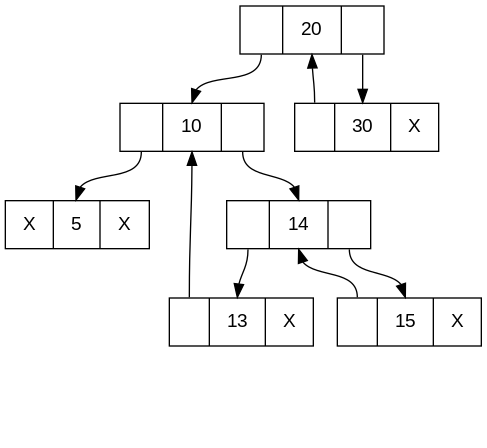
Above: diagram.png in radwanCS/Data-Structure-Visualization-with-Graphviz (Graphviz), before the change. Its source is kept beside it as diagram.dot.
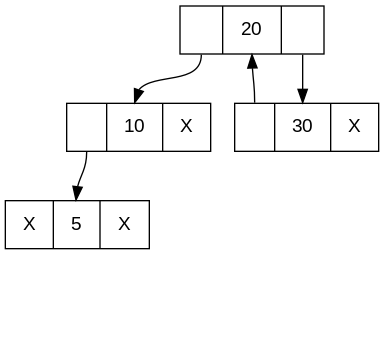
Above is the later version.

Commit message:
node counting operation for left threaded tree

Change to the diagram source:
```diff
@@ -1,32 +1,20 @@
 digraph LTBT{
 	node [fontname="Arial", shape=record, height=0.5, width=1.5];
 	20 [label="<left> |<data> 20 |<right> "];
-	10 [label="<left> |<data> 10 |<right> "];
+	10 [label="<left> |<data> 10 |<right> X"];
 	30 [label="<left> |<data> 30 |<right> X"];
 	5 [label="<left> X|<data> 5 |<right> X"];
-	14 [label="<left> |<data> 14 |<right> "];
 	20 [label="<left> |<data> 20 |<right> "];
-	13 [label="<left> |<data> 13 |<right> X"];
-	15 [label="<left> |<data> 15 |<right> X"];
-	10 [label="<left> |<data> 10 |<right> "];
-	30 [label="<left> |<data> 30 |<right> X"];
 	20:left -> 10:data;
 	20:right -> 30:data;
 	10:left -> 5:data;
-	10:right -> 14:data;
 	NULL1 [shape=point style=invis];
-	5:left -> NULL1 [style=invis];
+	10:right -> NULL1 [style=invis];
 	NULL2 [shape=point style=invis];
-	5:right -> NULL2 [style=invis];
-	14:left -> 13:data;
-	14:right -> 15:data;
-	13:left -> 10:data;
+	5:left -> NULL2 [style=invis];
 	NULL3 [shape=point style=invis];
-	13:right -> NULL3 [style=invis];
-	15:left -> 14:data;
+	5:right -> NULL3 [style=invis];
+	30:left -> 20:data;
 	NULL4 [shape=point style=invis];
-	15:right -> NULL4 [style=invis];
-	30:left -> 20:data;
-	NULL5 [shape=point style=invis];
-	30:right -> NULL5 [style=invis];
+	30:right -> NULL4 [style=invis];
 }
```
